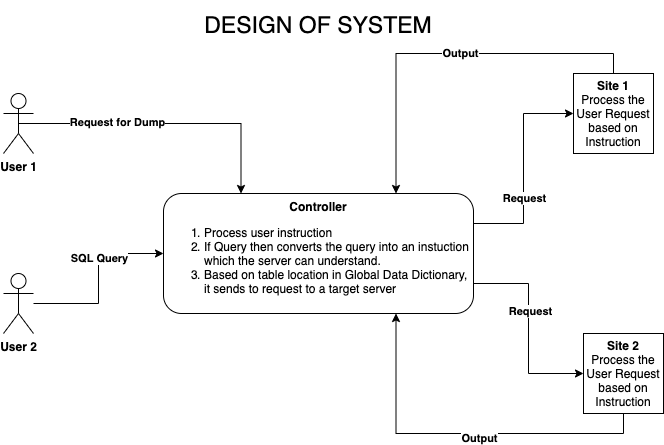
This is project-design.png from ndhola/database-management-system, a draw.io export, as it was before one commit. Source tidied: cells renumbered, new cells last; positions are measured from the earlier drawing's top-left corner, leaving out a move shared by most shapes. The source it was exported from:
```xml
<mxGraphModel>
  <root>
    <mxCell id="0" />
    <mxCell id="1" parent="0" />
    <mxCell id="2" style="edgeStyle=orthogonalEdgeStyle;rounded=0;jettySize=auto;html=1;exitX=1;exitY=0.25;exitDx=0;exitDy=0;entryX=0;entryY=0.5;entryDx=0;entryDy=0;" parent="1" edge="1" source="6" target="9">
      <mxGeometry relative="1" as="geometry" />
    </mxCell>
    <mxCell id="3" value="&lt;b&gt;Request&lt;/b&gt;" style="edgeLabel;html=1;align=center;verticalAlign=middle;" parent="2" vertex="1">
      <mxGeometry x="-0.28" relative="1" as="geometry" />
    </mxCell>
    <mxCell id="4" style="edgeStyle=orthogonalEdgeStyle;rounded=0;jettySize=auto;html=1;exitX=1;exitY=0.75;exitDx=0;exitDy=0;entryX=0;entryY=0.5;entryDx=0;entryDy=0;" parent="1" edge="1" source="6" target="12">
      <mxGeometry relative="1" as="geometry" />
    </mxCell>
    <mxCell id="5" value="&lt;b&gt;Request&lt;/b&gt;" style="edgeLabel;html=1;align=center;verticalAlign=middle;" parent="4" vertex="1">
      <mxGeometry x="-0.18" y="1" relative="1" as="geometry" />
    </mxCell>
    <mxCell id="6" value="&lt;b&gt;Controller&lt;/b&gt;&lt;br&gt;&lt;div style=&quot;text-align: left&quot;&gt;&lt;ol&gt;&lt;li&gt;&lt;span&gt;Process user instruction&lt;/span&gt;&lt;/li&gt;&lt;li&gt;If Query then converts the query into an instuction which the server can understand.&lt;/li&gt;&lt;li&gt;Based on table location in Global Data Dictionary, it sends to request to a target server&lt;/li&gt;&lt;/ol&gt;&lt;/div&gt;" style="rounded=1;whiteSpace=wrap;html=1;" parent="1" vertex="1">
      <mxGeometry x="160" y="193" width="310" height="120" as="geometry" />
    </mxCell>
    <mxCell id="7" style="edgeStyle=orthogonalEdgeStyle;rounded=0;jettySize=auto;html=1;exitX=0.5;exitY=0;exitDx=0;exitDy=0;entryX=0.75;entryY=0;entryDx=0;entryDy=0;" parent="1" edge="1" source="9" target="6">
      <mxGeometry relative="1" as="geometry" />
    </mxCell>
    <mxCell id="8" value="&lt;b&gt;Output&lt;/b&gt;" style="edgeLabel;html=1;align=center;verticalAlign=middle;" parent="7" vertex="1">
      <mxGeometry x="-0.08" y="-1" relative="1" as="geometry" />
    </mxCell>
    <mxCell id="9" value="&lt;b&gt;Site 1&lt;br&gt;&lt;/b&gt;Process the User Request based on Instruction" style="whiteSpace=wrap;html=1;" parent="1" vertex="1">
      <mxGeometry x="570" y="73" width="80" height="80" as="geometry" />
    </mxCell>
    <mxCell id="10" style="edgeStyle=orthogonalEdgeStyle;rounded=0;jettySize=auto;html=1;entryX=0.75;entryY=1;entryDx=0;entryDy=0;exitX=0.5;exitY=1;exitDx=0;exitDy=0;" parent="1" edge="1" source="12" target="6">
      <mxGeometry relative="1" as="geometry" />
    </mxCell>
    <mxCell id="11" value="&lt;b&gt;Output&lt;/b&gt;" style="edgeLabel;html=1;align=center;verticalAlign=middle;" parent="10" vertex="1">
      <mxGeometry x="-0.1" y="4" relative="1" as="geometry" />
    </mxCell>
    <mxCell id="12" value="&lt;b&gt;Site 2&lt;/b&gt;&lt;br&gt;Process the User Request based on Instruction" style="whiteSpace=wrap;html=1;" parent="1" vertex="1">
      <mxGeometry x="580" y="333" width="80" height="80" as="geometry" />
    </mxCell>
    <mxCell id="13" style="edgeStyle=orthogonalEdgeStyle;rounded=0;jettySize=auto;html=1;exitX=0.5;exitY=0.5;exitDx=0;exitDy=0;exitPerimeter=0;entryX=0.25;entryY=0;entryDx=0;entryDy=0;" parent="1" edge="1" source="15" target="6">
      <mxGeometry relative="1" as="geometry" />
    </mxCell>
    <mxCell id="14" value="&lt;b&gt;Request for Dump&lt;/b&gt;" style="edgeLabel;html=1;align=center;verticalAlign=middle;" parent="13" vertex="1">
      <mxGeometry x="-0.33" y="2" relative="1" as="geometry" />
    </mxCell>
    <mxCell id="15" value="&lt;b&gt;User 1&lt;/b&gt;" style="shape=umlActor;verticalLabelPosition=bottom;verticalAlign=top;html=1;outlineConnect=0;" parent="1" vertex="1">
      <mxGeometry y="93" width="30" height="60" as="geometry" />
    </mxCell>
    <mxCell id="16" style="edgeStyle=orthogonalEdgeStyle;rounded=0;jettySize=auto;html=1;entryX=0;entryY=0.5;entryDx=0;entryDy=0;" parent="1" edge="1" source="18" target="6">
      <mxGeometry relative="1" as="geometry" />
    </mxCell>
    <mxCell id="17" value="&lt;b&gt;SQL Query&lt;/b&gt;" style="edgeLabel;html=1;align=center;verticalAlign=middle;" parent="16" vertex="1">
      <mxGeometry x="0.23" relative="1" as="geometry" />
    </mxCell>
    <mxCell id="18" value="&lt;b&gt;User 2&lt;/b&gt;" style="shape=umlActor;verticalLabelPosition=bottom;verticalAlign=top;html=1;outlineConnect=0;" parent="1" vertex="1">
      <mxGeometry y="273" width="30" height="60" as="geometry" />
    </mxCell>
    <mxCell id="19" value="DESIGN OF SYSTEM" style="text;html=1;strokeColor=none;fillColor=none;align=center;verticalAlign=middle;whiteSpace=wrap;rounded=0;fontSize=23;" parent="1" vertex="1">
      <mxGeometry x="185" width="260" height="50" as="geometry" />
    </mxCell>
  </root>
</mxGraphModel>
```
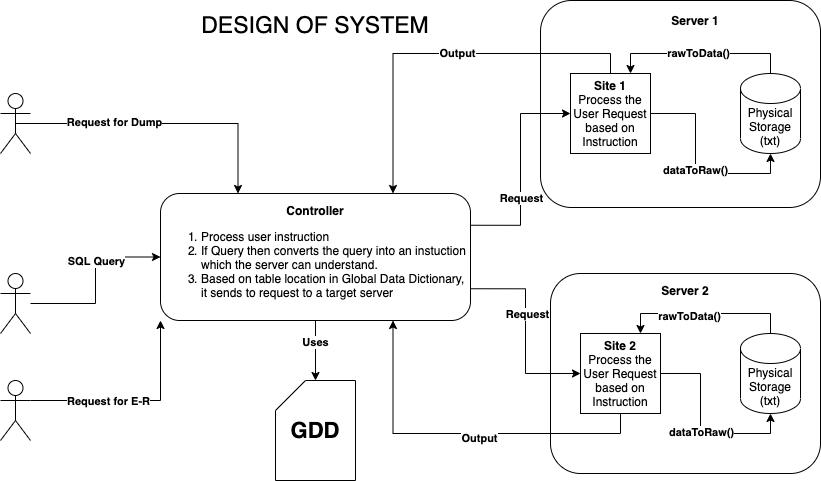
The same diagram one commit later.

Change to the diagram source:
```diff
@@ -2,6 +2,12 @@
   <root>
     <mxCell id="0" />
     <mxCell id="1" parent="0" />
+    <mxCell id="20" style="rounded=1;whiteSpace=wrap;html=1;" parent="1" vertex="1">
+      <mxGeometry x="550" y="273" width="270" height="200" as="geometry" />
+    </mxCell>
+    <mxCell id="21" style="rounded=1;whiteSpace=wrap;html=1;" parent="1" vertex="1">
+      <mxGeometry x="540" width="280" height="207" as="geometry" />
+    </mxCell>
     <mxCell id="2" style="edgeStyle=orthogonalEdgeStyle;rounded=0;jettySize=auto;html=1;exitX=1;exitY=0.25;exitDx=0;exitDy=0;entryX=0;entryY=0.5;entryDx=0;entryDy=0;" parent="1" edge="1" source="6" target="9">
       <mxGeometry relative="1" as="geometry" />
     </mxCell>
@@ -14,8 +20,14 @@
     <mxCell id="5" value="&lt;b&gt;Request&lt;/b&gt;" style="edgeLabel;html=1;align=center;verticalAlign=middle;" parent="4" vertex="1">
       <mxGeometry x="-0.18" y="1" relative="1" as="geometry" />
     </mxCell>
+    <mxCell id="22" style="edgeStyle=orthogonalEdgeStyle;rounded=0;jettySize=auto;html=1;" parent="1" edge="1" source="6" target="39">
+      <mxGeometry relative="1" as="geometry" />
+    </mxCell>
+    <mxCell id="23" value="&lt;b&gt;Uses&lt;/b&gt;" style="edgeLabel;html=1;align=center;verticalAlign=middle;" parent="22" vertex="1">
+      <mxGeometry x="-0.3" y="-1" relative="1" as="geometry" />
+    </mxCell>
     <mxCell id="6" value="&lt;b&gt;Controller&lt;/b&gt;&lt;br&gt;&lt;div style=&quot;text-align: left&quot;&gt;&lt;ol&gt;&lt;li&gt;&lt;span&gt;Process user instruction&lt;/span&gt;&lt;/li&gt;&lt;li&gt;If Query then converts the query into an instuction which the server can understand.&lt;/li&gt;&lt;li&gt;Based on table location in Global Data Dictionary, it sends to request to a target server&lt;/li&gt;&lt;/ol&gt;&lt;/div&gt;" style="rounded=1;whiteSpace=wrap;html=1;" parent="1" vertex="1">
-      <mxGeometry x="160" y="193" width="310" height="120" as="geometry" />
+      <mxGeometry x="160" y="193" width="310" height="127" as="geometry" />
     </mxCell>
     <mxCell id="7" style="edgeStyle=orthogonalEdgeStyle;rounded=0;jettySize=auto;html=1;exitX=0.5;exitY=0;exitDx=0;exitDy=0;entryX=0.75;entryY=0;entryDx=0;entryDy=0;" parent="1" edge="1" source="9" target="6">
       <mxGeometry relative="1" as="geometry" />
@@ -23,6 +35,12 @@
     <mxCell id="8" value="&lt;b&gt;Output&lt;/b&gt;" style="edgeLabel;html=1;align=center;verticalAlign=middle;" parent="7" vertex="1">
       <mxGeometry x="-0.08" y="-1" relative="1" as="geometry" />
     </mxCell>
+    <mxCell id="24" style="edgeStyle=orthogonalEdgeStyle;rounded=0;jettySize=auto;html=1;entryX=0.5;entryY=1;entryDx=0;entryDy=0;entryPerimeter=0;" parent="1" edge="1" source="9" target="30">
+      <mxGeometry relative="1" as="geometry" />
+    </mxCell>
+    <mxCell id="25" value="&lt;b&gt;dataToRaw()&lt;/b&gt;" style="edgeLabel;html=1;align=center;verticalAlign=middle;" parent="24" vertex="1">
+      <mxGeometry x="0.01" y="-1" relative="1" as="geometry" />
+    </mxCell>
     <mxCell id="9" value="&lt;b&gt;Site 1&lt;br&gt;&lt;/b&gt;Process the User Request based on Instruction" style="whiteSpace=wrap;html=1;" parent="1" vertex="1">
       <mxGeometry x="570" y="73" width="80" height="80" as="geometry" />
     </mxCell>
@@ -32,6 +50,12 @@
     <mxCell id="11" value="&lt;b&gt;Output&lt;/b&gt;" style="edgeLabel;html=1;align=center;verticalAlign=middle;" parent="10" vertex="1">
       <mxGeometry x="-0.1" y="4" relative="1" as="geometry" />
     </mxCell>
+    <mxCell id="26" style="edgeStyle=orthogonalEdgeStyle;rounded=0;jettySize=auto;html=1;exitX=1;exitY=0.5;exitDx=0;exitDy=0;entryX=0.5;entryY=1;entryDx=0;entryDy=0;entryPerimeter=0;" parent="1" edge="1" source="12" target="33">
+      <mxGeometry relative="1" as="geometry" />
+    </mxCell>
+    <mxCell id="27" value="&lt;b&gt;dataToRaw()&lt;/b&gt;" style="edgeLabel;html=1;align=center;verticalAlign=middle;" parent="26" vertex="1">
+      <mxGeometry x="0.03" relative="1" as="geometry" />
+    </mxCell>
     <mxCell id="12" value="&lt;b&gt;Site 2&lt;/b&gt;&lt;br&gt;Process the User Request based on Instruction" style="whiteSpace=wrap;html=1;" parent="1" vertex="1">
       <mxGeometry x="580" y="333" width="80" height="80" as="geometry" />
     </mxCell>
@@ -41,7 +65,7 @@
     <mxCell id="14" value="&lt;b&gt;Request for Dump&lt;/b&gt;" style="edgeLabel;html=1;align=center;verticalAlign=middle;" parent="13" vertex="1">
       <mxGeometry x="-0.33" y="2" relative="1" as="geometry" />
     </mxCell>
-    <mxCell id="15" value="&lt;b&gt;User 1&lt;/b&gt;" style="shape=umlActor;verticalLabelPosition=bottom;verticalAlign=top;html=1;outlineConnect=0;" parent="1" vertex="1">
+    <mxCell id="15" style="shape=umlActor;verticalLabelPosition=bottom;verticalAlign=top;html=1;outlineConnect=0;" parent="1" vertex="1">
       <mxGeometry y="93" width="30" height="60" as="geometry" />
     </mxCell>
     <mxCell id="16" style="edgeStyle=orthogonalEdgeStyle;rounded=0;jettySize=auto;html=1;entryX=0;entryY=0.5;entryDx=0;entryDy=0;" parent="1" edge="1" source="18" target="6">
@@ -50,11 +74,52 @@
     <mxCell id="17" value="&lt;b&gt;SQL Query&lt;/b&gt;" style="edgeLabel;html=1;align=center;verticalAlign=middle;" parent="16" vertex="1">
       <mxGeometry x="0.23" relative="1" as="geometry" />
     </mxCell>
-    <mxCell id="18" value="&lt;b&gt;User 2&lt;/b&gt;" style="shape=umlActor;verticalLabelPosition=bottom;verticalAlign=top;html=1;outlineConnect=0;" parent="1" vertex="1">
+    <mxCell id="18" style="shape=umlActor;verticalLabelPosition=bottom;verticalAlign=top;html=1;outlineConnect=0;" parent="1" vertex="1">
       <mxGeometry y="273" width="30" height="60" as="geometry" />
     </mxCell>
     <mxCell id="19" value="DESIGN OF SYSTEM" style="text;html=1;strokeColor=none;fillColor=none;align=center;verticalAlign=middle;whiteSpace=wrap;rounded=0;fontSize=23;" parent="1" vertex="1">
       <mxGeometry x="185" width="260" height="50" as="geometry" />
     </mxCell>
+    <mxCell id="28" style="edgeStyle=orthogonalEdgeStyle;rounded=0;jettySize=auto;html=1;entryX=0.75;entryY=0;entryDx=0;entryDy=0;" parent="1" edge="1" source="30" target="9">
+      <mxGeometry relative="1" as="geometry">
+        <Array as="points">
+          <mxPoint x="770" y="53" />
+          <mxPoint x="630" y="53" />
+        </Array>
+      </mxGeometry>
+    </mxCell>
+    <mxCell id="29" value="&lt;b&gt;rawToData()&lt;/b&gt;" style="edgeLabel;html=1;align=center;verticalAlign=middle;" parent="28" vertex="1">
+      <mxGeometry x="0.03" y="-1" relative="1" as="geometry" />
+    </mxCell>
+    <mxCell id="30" value="Physical&lt;br&gt;Storage&lt;br&gt;(txt)" style="shape=cylinder3;whiteSpace=wrap;html=1;boundedLbl=1;backgroundOutline=1;size=15;" parent="1" vertex="1">
+      <mxGeometry x="740" y="73" width="60" height="80" as="geometry" />
+    </mxCell>
+    <mxCell id="31" style="edgeStyle=orthogonalEdgeStyle;rounded=0;jettySize=auto;html=1;exitX=0.5;exitY=0;exitDx=0;exitDy=0;exitPerimeter=0;entryX=0.75;entryY=0;entryDx=0;entryDy=0;" parent="1" edge="1" source="33" target="12">
+      <mxGeometry relative="1" as="geometry" />
+    </mxCell>
+    <mxCell id="32" value="&lt;b&gt;rawToData()&lt;/b&gt;" style="edgeLabel;html=1;align=center;verticalAlign=middle;" parent="31" vertex="1">
+      <mxGeometry x="0.2" y="2" relative="1" as="geometry" />
+    </mxCell>
+    <mxCell id="33" value="Physical&lt;br&gt;Storage&lt;br&gt;(txt)" style="shape=cylinder3;whiteSpace=wrap;html=1;boundedLbl=1;backgroundOutline=1;size=15;" parent="1" vertex="1">
+      <mxGeometry x="740" y="333" width="60" height="80" as="geometry" />
+    </mxCell>
+    <mxCell id="34" value="Server 1" style="text;html=1;strokeColor=none;fillColor=none;align=center;verticalAlign=middle;whiteSpace=wrap;rounded=0;fontStyle=1;" parent="1" vertex="1">
+      <mxGeometry x="660" y="10" width="70" height="20" as="geometry" />
+    </mxCell>
+    <mxCell id="35" value="Server 2" style="text;html=1;strokeColor=none;fillColor=none;align=center;verticalAlign=middle;whiteSpace=wrap;rounded=0;fontStyle=1;" parent="1" vertex="1">
+      <mxGeometry x="650" y="280" width="70" height="20" as="geometry" />
+    </mxCell>
+    <mxCell id="36" style="edgeStyle=orthogonalEdgeStyle;rounded=0;jettySize=auto;html=1;exitX=1;exitY=0.3333333333333333;exitDx=0;exitDy=0;exitPerimeter=0;entryX=0;entryY=1;entryDx=0;entryDy=0;" parent="1" edge="1" source="38" target="6">
+      <mxGeometry relative="1" as="geometry" />
+    </mxCell>
+    <mxCell id="37" value="&lt;b&gt;Request for E-R&lt;/b&gt;" style="edgeLabel;html=1;align=center;verticalAlign=middle;" parent="36" vertex="1">
+      <mxGeometry x="-0.26" relative="1" as="geometry" />
+    </mxCell>
+    <mxCell id="38" style="shape=umlActor;verticalLabelPosition=bottom;verticalAlign=top;html=1;outlineConnect=0;" parent="1" vertex="1">
+      <mxGeometry y="380" width="30" height="60" as="geometry" />
+    </mxCell>
+    <mxCell id="39" value="&lt;b&gt;&lt;font style=&quot;font-size: 22px&quot;&gt;GDD&lt;/font&gt;&lt;/b&gt;" style="shape=card;whiteSpace=wrap;html=1;" parent="1" vertex="1">
+      <mxGeometry x="275" y="380" width="80" height="100" as="geometry" />
+    </mxCell>
   </root>
 </mxGraphModel>
```
